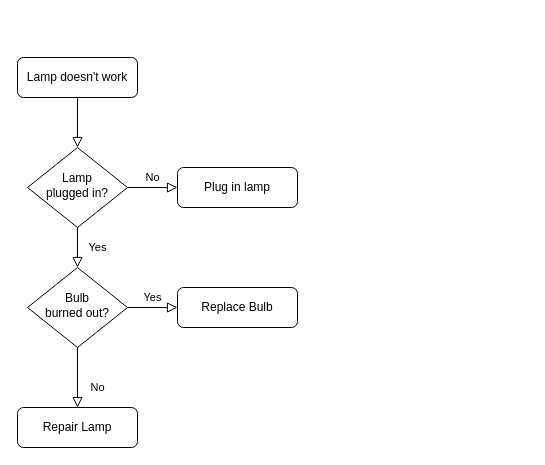
Before: BAGGING.drawio in ChanumoluGayathri/System_Design, a draw.io diagram. Source tidied: cells renumbered, new cells numbered last; positions are measured from the earlier drawing's top-left corner, leaving out a move shared by most shapes. Both pictures are drawn from the tidied source at 100%, with x=0, y=0 at pixel (17, 57).
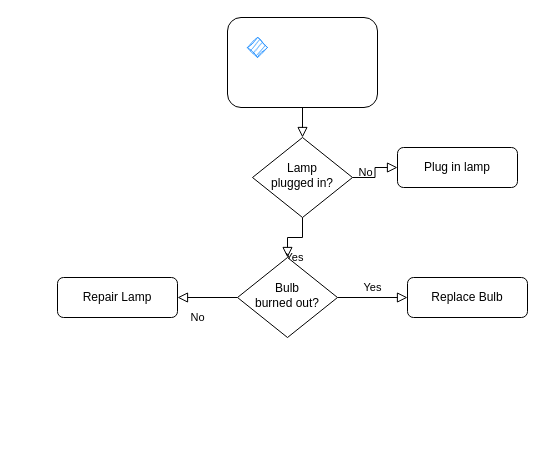
The same diagram, later.

The edit, as a diff of the source:
```diff
@@
 <mxGraphModel>
   <root>
     <mxCell id="0" />
     <mxCell id="1" parent="0" />
     <mxCell id="2" style="rounded=0;html=1;jettySize=auto;fontSize=11;endArrow=block;endFill=0;endSize=8;strokeWidth=1;shadow=0;labelBackgroundColor=none;edgeStyle=orthogonalEdgeStyle;" parent="1" edge="1" source="3" target="6">
       <mxGeometry relative="1" as="geometry" />
     </mxCell>
-    <mxCell id="3" value="Lamp doesn't work" style="rounded=1;whiteSpace=wrap;html=1;fontSize=12;glass=0;strokeWidth=1;shadow=0;" parent="1" vertex="1">
-      <mxGeometry width="120" height="40" as="geometry" />
+    <mxCell id="3" style="rounded=1;whiteSpace=wrap;html=1;fontSize=12;glass=0;strokeWidth=1;shadow=0;" parent="1" vertex="1">
+      <mxGeometry x="210" y="-40" width="150" height="90" as="geometry" />
     </mxCell>
     <mxCell id="4" value="Yes" style="rounded=0;html=1;jettySize=auto;fontSize=11;endArrow=block;endFill=0;endSize=8;strokeWidth=1;shadow=0;labelBackgroundColor=none;edgeStyle=orthogonalEdgeStyle;" parent="1" edge="1" source="6" target="10">
       <mxGeometry y="20" relative="1" as="geometry" />
     </mxCell>
     <mxCell id="5" value="No" style="edgeStyle=orthogonalEdgeStyle;rounded=0;html=1;jettySize=auto;fontSize=11;endArrow=block;endFill=0;endSize=8;strokeWidth=1;shadow=0;labelBackgroundColor=none;" parent="1" edge="1" source="6" target="7">
       <mxGeometry y="10" relative="1" as="geometry" />
     </mxCell>
     <mxCell id="6" value="Lamp&lt;br&gt;plugged in?" style="rhombus;whiteSpace=wrap;html=1;shadow=0;fontFamily=Helvetica;fontSize=12;align=center;strokeWidth=1;spacing=6;spacingTop=-4;" parent="1" vertex="1">
-      <mxGeometry x="10" y="90" width="100" height="80" as="geometry" />
+      <mxGeometry x="235" y="80" width="100" height="80" as="geometry" />
     </mxCell>
     <mxCell id="7" value="Plug in lamp" style="rounded=1;whiteSpace=wrap;html=1;fontSize=12;glass=0;strokeWidth=1;shadow=0;" parent="1" vertex="1">
-      <mxGeometry x="160" y="110" width="120" height="40" as="geometry" />
+      <mxGeometry x="380" y="90" width="120" height="40" as="geometry" />
     </mxCell>
     <mxCell id="8" value="No" style="rounded=0;html=1;jettySize=auto;fontSize=11;endArrow=block;endFill=0;endSize=8;strokeWidth=1;shadow=0;labelBackgroundColor=none;edgeStyle=orthogonalEdgeStyle;" parent="1" edge="1" source="10" target="11">
       <mxGeometry x="0.33" y="20" relative="1" as="geometry" />
     </mxCell>
     <mxCell id="9" value="Yes" style="edgeStyle=orthogonalEdgeStyle;rounded=0;html=1;jettySize=auto;fontSize=11;endArrow=block;endFill=0;endSize=8;strokeWidth=1;shadow=0;labelBackgroundColor=none;" parent="1" edge="1" source="10" target="12">
       <mxGeometry y="10" relative="1" as="geometry" />
     </mxCell>
     <mxCell id="10" value="Bulb&lt;br&gt;burned out?" style="rhombus;whiteSpace=wrap;html=1;shadow=0;fontFamily=Helvetica;fontSize=12;align=center;strokeWidth=1;spacing=6;spacingTop=-4;" parent="1" vertex="1">
-      <mxGeometry x="10" y="210" width="100" height="80" as="geometry" />
+      <mxGeometry x="220" y="200" width="100" height="80" as="geometry" />
     </mxCell>
     <mxCell id="11" value="Repair Lamp" style="rounded=1;whiteSpace=wrap;html=1;fontSize=12;glass=0;strokeWidth=1;shadow=0;" parent="1" vertex="1">
-      <mxGeometry y="350" width="120" height="40" as="geometry" />
+      <mxGeometry x="40" y="220" width="120" height="40" as="geometry" />
     </mxCell>
     <mxCell id="12" value="Replace Bulb" style="rounded=1;whiteSpace=wrap;html=1;fontSize=12;glass=0;strokeWidth=1;shadow=0;" parent="1" vertex="1">
-      <mxGeometry x="160" y="230" width="120" height="40" as="geometry" />
+      <mxGeometry x="390" y="220" width="120" height="40" as="geometry" />
     </mxCell>
+    <mxCell id="13" style="rhombus;whiteSpace=wrap;html=1;sketch=1;hachureGap=4;jiggle=2;curveFitting=1;fontFamily=Architects Daughter;fontSize=20;shadow=0;strokeColor=#3399FF;fillColor=#3399FF;" parent="1" vertex="1">
+      <mxGeometry x="230" y="-20" width="20" height="20" as="geometry" />
+    </mxCell>
   </root>
 </mxGraphModel>
```
